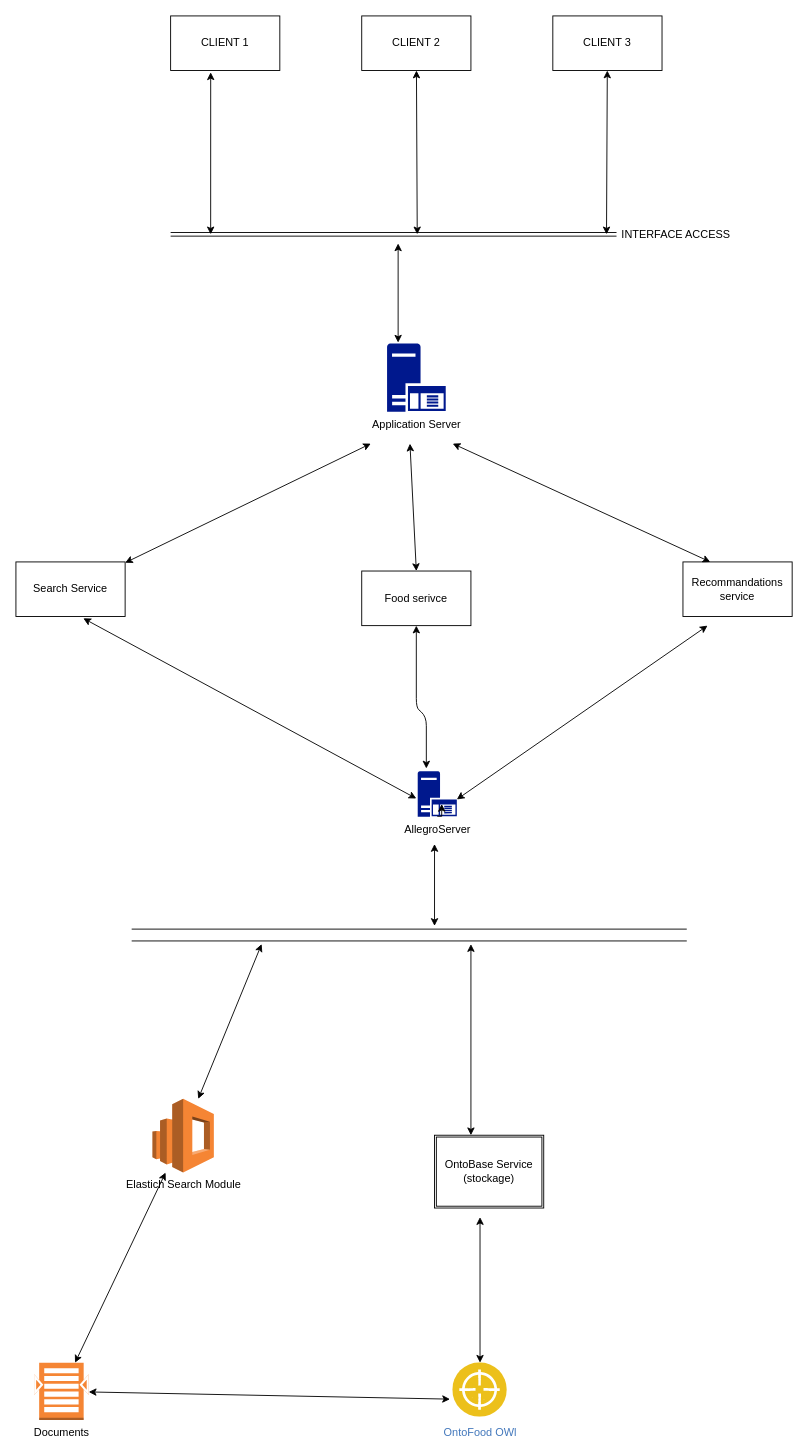
The draw.io diagram onto_spec/diagrammes/archi.drawio in donaldoempire1999/OntoFood, before the edit. Source tidied: cells renumbered, new cells numbered last; positions are measured from the earlier drawing's top-left corner, leaving out a move shared by most shapes. Both pictures are drawn from the tidied source at 91%, with x=0, y=0 at pixel (15, 15).
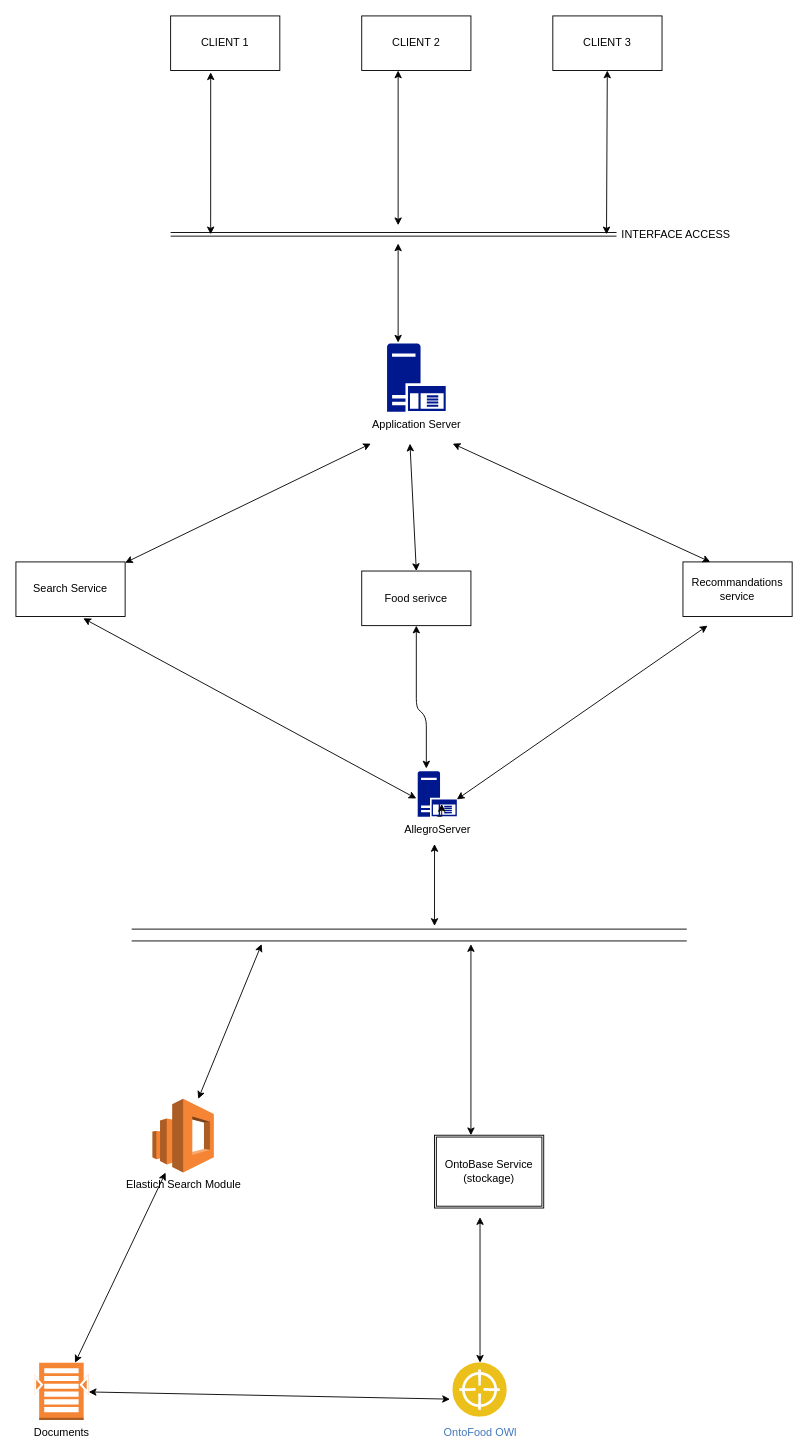
After the change.

Unchanged cells that the change refers to:
```xml
<mxCell id="8" value="CLIENT 2" style="rounded=0;whiteSpace=wrap;html=1;" parent="1" vertex="1">
  <mxGeometry x="380" width="120" height="60" as="geometry" />
</mxCell>
```

Diff of the diagram source:
```diff
@@
-    <mxCell id="10" style="endArrow=classic;startArrow=classic;html=1;" parent="1" edge="1" target="8">
+    <mxCell id="10" style="endArrow=classic;startArrow=classic;html=1;" parent="1" edge="1">
       <mxGeometry relative="1" as="geometry">
-        <mxPoint x="441" y="240" as="sourcePoint" />
+        <mxPoint x="420" y="230" as="sourcePoint" />
+        <mxPoint x="420" y="60" as="targetPoint" />
       </mxGeometry>
     </mxCell>
```
